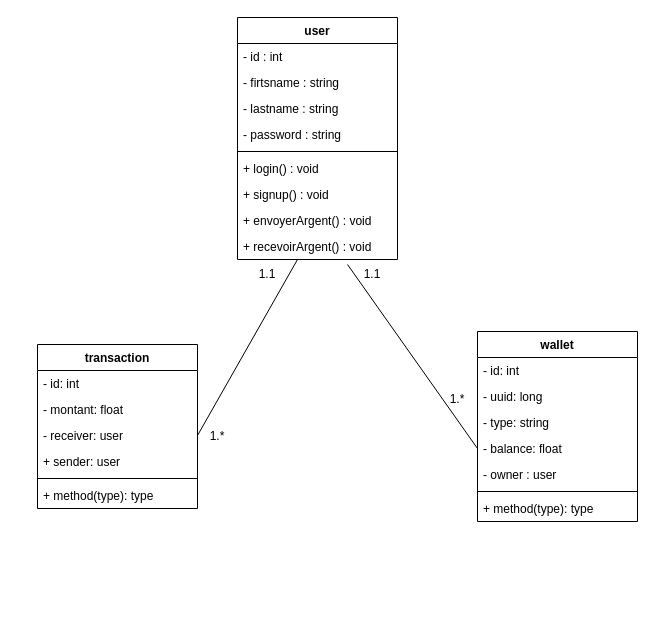
This is Conception/diagramedeclasse.drawio from salekelfahim/RESTAPI_Wallet, a draw.io file, before an edit. Source tidied: cells renumbered, new cells numbered last; positions are measured from the earlier drawing's top-left corner, leaving out a move shared by most shapes. Both pictures are drawn from the tidied source at 100%, with x=0, y=0 at pixel (37, 17).
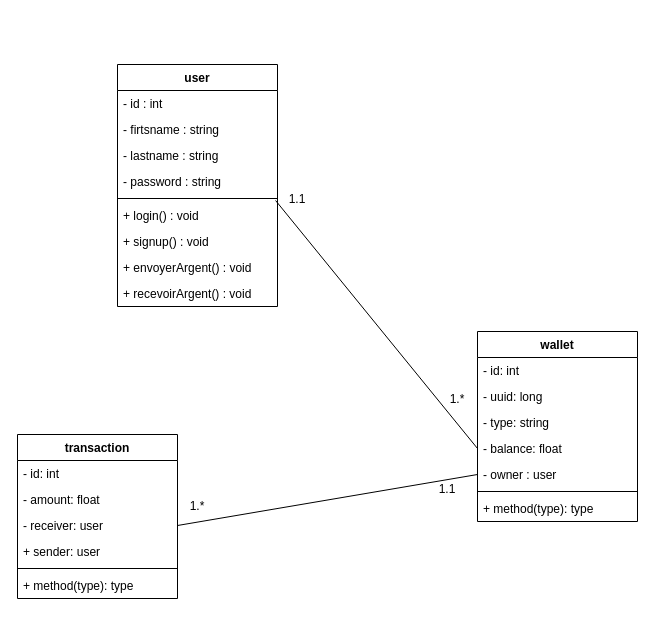
The same diagram, later.

The change refers to these unchanged cells:
```xml
<mxCell id="8" value="+ login() : void" style="text;strokeColor=none;fillColor=none;align=left;verticalAlign=top;spacingLeft=4;spacingRight=4;overflow=hidden;points=[[0,0.5],[1,0.5]];portConstraint=eastwest;" parent="2" vertex="1">
  <mxGeometry y="138" width="160" height="26" as="geometry" />
</mxCell>
<mxCell id="16" value="- balance: float" style="text;strokeColor=none;fillColor=none;align=left;verticalAlign=top;spacingLeft=4;spacingRight=4;overflow=hidden;points=[[0,0.5],[1,0.5]];portConstraint=eastwest;" parent="12" vertex="1">
  <mxGeometry y="104" width="160" height="26" as="geometry" />
</mxCell>
```

Diff of the diagram source:
```diff
@@
     <mxCell id="2" value="user" style="swimlane;fontStyle=1;align=center;verticalAlign=top;horizontal=1;startSize=26;" parent="1" vertex="1">
-      <mxGeometry x="200" width="160" height="242" as="geometry" />
+      <mxGeometry x="80" y="47" width="160" height="242" as="geometry" />
     </mxCell>
@@
     <mxCell id="20" value="transaction" style="swimlane;fontStyle=1;align=center;verticalAlign=top;horizontal=1;startSize=26;" parent="1" vertex="1">
-      <mxGeometry y="327" width="160" height="164" as="geometry" />
+      <mxGeometry x="-20" y="417" width="160" height="164" as="geometry" />
     </mxCell>
@@
-    <mxCell id="22" value="- montant: float" style="text;strokeColor=none;fillColor=none;align=left;verticalAlign=top;spacingLeft=4;spacingRight=4;overflow=hidden;" parent="20" vertex="1">
+    <mxCell id="22" value="- amount: float" style="text;strokeColor=none;fillColor=none;align=left;verticalAlign=top;spacingLeft=4;spacingRight=4;overflow=hidden;" parent="20" vertex="1">
       <mxGeometry y="52" width="160" height="26" as="geometry" />
     </mxCell>
@@
-    <mxCell id="28" style="endArrow=none;html=1;entryX=0;entryY=0.5;entryDx=0;entryDy=0;" parent="1" edge="1" target="16">
-      <mxGeometry relative="1" as="geometry">
-        <mxPoint x="310" y="247" as="sourcePoint" />
-      </mxGeometry>
+    <mxCell id="28" style="endArrow=none;html=1;entryX=0;entryY=0.5;entryDx=0;entryDy=0;exitX=0.988;exitY=-0.077;exitDx=0;exitDy=0;exitPerimeter=0;" parent="1" edge="1" source="8" target="16">
+      <mxGeometry relative="1" as="geometry" />
     </mxCell>
     <mxCell id="29" value="1.*" style="text;html=1;strokeColor=none;fillColor=none;align=center;verticalAlign=middle;whiteSpace=wrap;rounded=0;" parent="1" vertex="1">
-      <mxGeometry x="150" y="404" width="60" height="30" as="geometry" />
+      <mxGeometry x="130" y="474" width="60" height="30" as="geometry" />
     </mxCell>
     <mxCell id="30" value="1.1" style="text;html=1;strokeColor=none;fillColor=none;align=center;verticalAlign=middle;whiteSpace=wrap;rounded=0;" parent="1" vertex="1">
-      <mxGeometry x="200" y="242" width="60" height="30" as="geometry" />
+      <mxGeometry x="380" y="457" width="60" height="30" as="geometry" />
     </mxCell>
@@
     <mxCell id="32" value="1.1" style="text;html=1;strokeColor=none;fillColor=none;align=center;verticalAlign=middle;whiteSpace=wrap;rounded=0;" parent="1" vertex="1">
-      <mxGeometry x="305" y="242" width="60" height="30" as="geometry" />
+      <mxGeometry x="230" y="167" width="60" height="30" as="geometry" />
     </mxCell>
```
